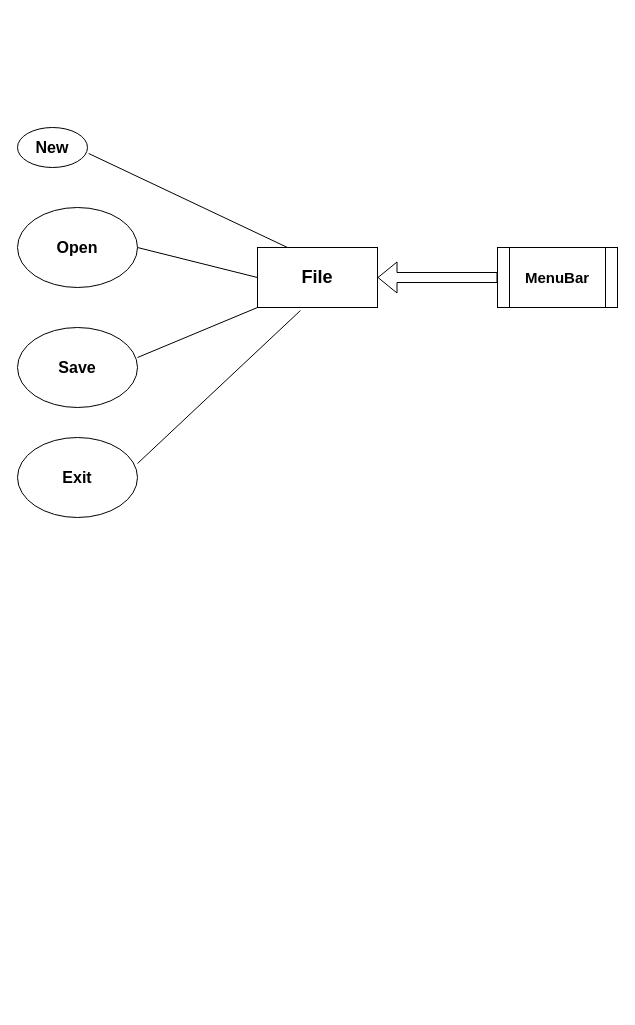
Earlier version of the draw.io diagram page "Page-1" (1 of 2) of Untitled Diagram.drawio (Sheriff99yt/Vision_Visual_Scripting). Source tidied: cells renumbered, new cells numbered last; positions are measured from the earlier drawing's top-left corner, leaving out a move shared by most shapes. Both pictures are drawn from the tidied source at 100%, with x=0, y=0 at pixel (17, 127).
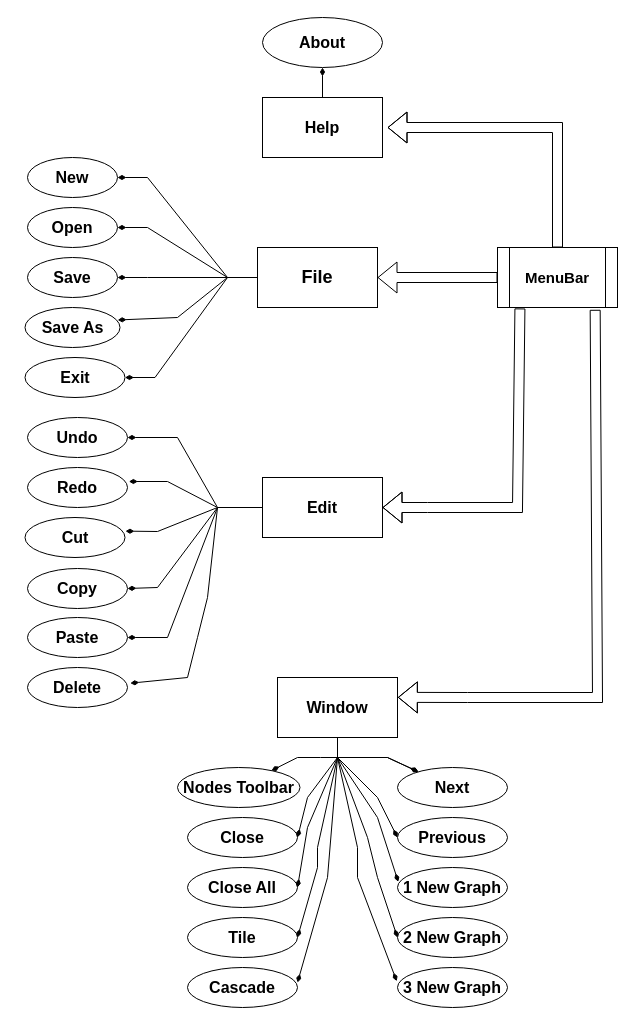
Above is the later version.

Unchanged cells that the change refers to:
```xml
<mxCell id="2" value="File" style="rounded=0;whiteSpace=wrap;html=1;fontStyle=1;fontSize=18;" parent="1" vertex="1">
  <mxGeometry x="240" y="120" width="120" height="60" as="geometry" />
</mxCell>
<mxCell id="11" value="MenuBar" style="shape=process;whiteSpace=wrap;html=1;backgroundOutline=1;fontStyle=1;fontSize=15;" parent="1" vertex="1">
  <mxGeometry x="480" y="120" width="120" height="60" as="geometry" />
</mxCell>
```

What changed in the source:
```diff
@@
+    <mxCell id="13" style="edgeStyle=entityRelationEdgeStyle;rounded=0;jettySize=auto;html=1;fontSize=16;fontColor=default;endArrow=diamondThin;endFill=1;" parent="1" edge="1" source="2" target="6">
+      <mxGeometry relative="1" as="geometry" />
+    </mxCell>
+    <mxCell id="14" style="edgeStyle=entityRelationEdgeStyle;rounded=0;jettySize=auto;html=1;fontSize=16;fontColor=default;endArrow=diamondThin;endFill=1;" parent="1" edge="1" source="2" target="7">
+      <mxGeometry relative="1" as="geometry" />
+    </mxCell>
+    <mxCell id="15" style="edgeStyle=entityRelationEdgeStyle;rounded=0;jettySize=auto;html=1;fontSize=16;fontColor=default;endArrow=diamondThin;endFill=1;" parent="1" edge="1" source="2" target="5">
+      <mxGeometry relative="1" as="geometry" />
+    </mxCell>
+    <mxCell id="9" style="edgeStyle=entityRelationEdgeStyle;rounded=0;jettySize=auto;html=1;fontSize=16;fontColor=default;endArrow=diamondThin;endFill=1;exitX=0;exitY=0.5;exitDx=0;exitDy=0;" parent="1" edge="1" source="2" target="4">
+      <mxGeometry relative="1" as="geometry" />
+    </mxCell>
@@
-    <mxCell id="3" style="endArrow=none;html=1;rounded=0;entryX=0.358;entryY=1.05;entryDx=0;entryDy=0;entryPerimeter=0;exitX=1;exitY=0.325;exitDx=0;exitDy=0;exitPerimeter=0;fontStyle=1;fontSize=16;" parent="1" edge="1" source="5" target="2">
-      <mxGeometry relative="1" as="geometry" />
-    </mxCell>
     <mxCell id="4" value="New" style="ellipse;whiteSpace=wrap;html=1;fontStyle=1;fontSize=16;" parent="1" vertex="1">
-      <mxGeometry width="70" height="40" as="geometry" />
+      <mxGeometry x="10" y="30" width="90" height="40" as="geometry" />
     </mxCell>
     <mxCell id="5" value="Exit" style="ellipse;whiteSpace=wrap;html=1;fontStyle=1;fontSize=16;" parent="1" vertex="1">
-      <mxGeometry y="310" width="120" height="80" as="geometry" />
+      <mxGeometry x="7.5" y="230" width="100" height="40" as="geometry" />
     </mxCell>
     <mxCell id="6" value="Open" style="ellipse;whiteSpace=wrap;html=1;fontStyle=1;fontSize=16;" parent="1" vertex="1">
-      <mxGeometry y="80" width="120" height="80" as="geometry" />
+      <mxGeometry x="10" y="80" width="90" height="40" as="geometry" />
     </mxCell>
     <mxCell id="7" value="Save" style="ellipse;whiteSpace=wrap;html=1;fontStyle=1;fontSize=16;" parent="1" vertex="1">
-      <mxGeometry y="200" width="120" height="80" as="geometry" />
+      <mxGeometry x="10" y="130" width="90" height="40" as="geometry" />
     </mxCell>
-    <mxCell id="8" style="endArrow=none;html=1;rounded=0;entryX=1;entryY=0.375;entryDx=0;entryDy=0;entryPerimeter=0;fontStyle=1;fontSize=16;" parent="1" edge="1" target="7">
-      <mxGeometry relative="1" as="geometry">
-        <mxPoint x="240" y="180" as="sourcePoint" />
-      </mxGeometry>
-    </mxCell>
-    <mxCell id="9" style="endArrow=none;html=1;rounded=0;exitX=0.25;exitY=0;exitDx=0;exitDy=0;entryX=1.017;entryY=0.65;entryDx=0;entryDy=0;entryPerimeter=0;" parent="1" edge="1" source="2" target="4">
-      <mxGeometry relative="1" as="geometry" />
-    </mxCell>
-    <mxCell id="10" style="endArrow=none;html=1;rounded=0;entryX=1;entryY=0.5;entryDx=0;entryDy=0;" parent="1" edge="1" target="6">
-      <mxGeometry relative="1" as="geometry">
-        <mxPoint x="240" y="150" as="sourcePoint" />
-      </mxGeometry>
-    </mxCell>
@@
+    <mxCell id="16" value="&lt;b&gt;Save As&lt;/b&gt;" style="ellipse;whiteSpace=wrap;html=1;labelBackgroundColor=none;fontSize=16;fontColor=default;" parent="1" vertex="1">
+      <mxGeometry x="7.5" y="180" width="95" height="40" as="geometry" />
+    </mxCell>
+    <mxCell id="17" style="endArrow=diamondThin;html=1;rounded=0;fontSize=16;fontColor=default;entryX=0.976;entryY=0.312;entryDx=0;entryDy=0;entryPerimeter=0;endFill=1;" parent="1" edge="1" target="16">
+      <mxGeometry relative="1" as="geometry">
+        <mxPoint x="210" y="150" as="sourcePoint" />
+        <Array as="points">
+          <mxPoint x="160" y="190" />
+        </Array>
+      </mxGeometry>
+    </mxCell>
+    <mxCell id="18" style="edgeStyle=none;rounded=0;jettySize=auto;html=1;entryX=1;entryY=0.5;entryDx=0;entryDy=0;fontSize=16;fontColor=default;endArrow=diamondThin;endFill=1;exitX=0;exitY=0.5;exitDx=0;exitDy=0;" parent="1" edge="1" source="19" target="21">
+      <mxGeometry relative="1" as="geometry">
+        <Array as="points">
+          <mxPoint x="200" y="380" />
+          <mxPoint x="160" y="310" />
+        </Array>
+      </mxGeometry>
+    </mxCell>
+    <mxCell id="19" value="&lt;b&gt;Edit&lt;/b&gt;" style="rounded=0;whiteSpace=wrap;html=1;labelBackgroundColor=none;fontSize=16;fontColor=default;" parent="1" vertex="1">
+      <mxGeometry x="245" y="350" width="120" height="60" as="geometry" />
+    </mxCell>
+    <mxCell id="20" style="shape=flexArrow;endArrow=classic;html=1;rounded=0;fontSize=16;fontColor=default;exitX=0.187;exitY=1.015;exitDx=0;exitDy=0;exitPerimeter=0;entryX=1;entryY=0.5;entryDx=0;entryDy=0;" parent="1" edge="1" source="11" target="19">
+      <mxGeometry relative="1" as="geometry">
+        <Array as="points">
+          <mxPoint x="500" y="380" />
+          <mxPoint x="410" y="380" />
+        </Array>
+      </mxGeometry>
+    </mxCell>
+    <mxCell id="21" value="Undo" style="ellipse;whiteSpace=wrap;html=1;labelBackgroundColor=none;fontSize=16;fontColor=default;fontStyle=1;" parent="1" vertex="1">
+      <mxGeometry x="10" y="290" width="100" height="40" as="geometry" />
+    </mxCell>
+    <mxCell id="22" value="Delete" style="ellipse;whiteSpace=wrap;html=1;labelBackgroundColor=none;fontSize=16;fontColor=default;fontStyle=1;" parent="1" vertex="1">
+      <mxGeometry x="10" y="540" width="100" height="40" as="geometry" />
+    </mxCell>
+    <mxCell id="23" value="Redo" style="ellipse;whiteSpace=wrap;html=1;labelBackgroundColor=none;fontSize=16;fontColor=default;fontStyle=1;" parent="1" vertex="1">
+      <mxGeometry x="10" y="340" width="100" height="40" as="geometry" />
+    </mxCell>
+    <mxCell id="24" value="Cut" style="ellipse;whiteSpace=wrap;html=1;labelBackgroundColor=none;fontSize=16;fontColor=default;fontStyle=1;" parent="1" vertex="1">
+      <mxGeometry x="7.5" y="390" width="100" height="40" as="geometry" />
+    </mxCell>
+    <mxCell id="25" value="Copy" style="ellipse;whiteSpace=wrap;html=1;labelBackgroundColor=none;fontSize=16;fontColor=default;fontStyle=1;" parent="1" vertex="1">
+      <mxGeometry x="10" y="441" width="100" height="40" as="geometry" />
+    </mxCell>
+    <mxCell id="26" value="Paste" style="ellipse;whiteSpace=wrap;html=1;labelBackgroundColor=none;fontSize=16;fontColor=default;fontStyle=1;" parent="1" vertex="1">
+      <mxGeometry x="10" y="490" width="100" height="40" as="geometry" />
+    </mxCell>
+    <mxCell id="27" style="edgeStyle=none;rounded=0;jettySize=auto;html=1;entryX=1.014;entryY=0.35;entryDx=0;entryDy=0;fontSize=16;fontColor=default;endArrow=diamondThin;endFill=1;entryPerimeter=0;fontStyle=1;" parent="1" edge="1" target="23">
+      <mxGeometry relative="1" as="geometry">
+        <mxPoint x="200" y="380" as="sourcePoint" />
+        <Array as="points">
+          <mxPoint x="150" y="354" />
+        </Array>
+      </mxGeometry>
+    </mxCell>
+    <mxCell id="28" style="edgeStyle=none;rounded=0;jettySize=auto;html=1;fontSize=16;fontColor=default;endArrow=diamondThin;endFill=1;entryX=1.005;entryY=0.341;entryDx=0;entryDy=0;entryPerimeter=0;fontStyle=1;" parent="1" edge="1" target="24">
+      <mxGeometry relative="1" as="geometry">
+        <mxPoint x="200" y="380" as="sourcePoint" />
+        <Array as="points">
+          <mxPoint x="140" y="404" />
+        </Array>
+      </mxGeometry>
+    </mxCell>
+    <mxCell id="29" style="edgeStyle=none;rounded=0;jettySize=auto;html=1;entryX=1;entryY=0.5;entryDx=0;entryDy=0;fontSize=16;fontColor=default;endArrow=diamondThin;endFill=1;fontStyle=1;" parent="1" edge="1" target="25">
+      <mxGeometry relative="1" as="geometry">
+        <mxPoint x="200" y="380" as="sourcePoint" />
+        <Array as="points">
+          <mxPoint x="140" y="460" />
+        </Array>
+      </mxGeometry>
+    </mxCell>
+    <mxCell id="30" style="edgeStyle=none;rounded=0;jettySize=auto;html=1;fontSize=16;fontColor=default;endArrow=diamondThin;endFill=1;entryX=1;entryY=0.5;entryDx=0;entryDy=0;fontStyle=1;" parent="1" edge="1" target="26">
+      <mxGeometry relative="1" as="geometry">
+        <mxPoint x="200" y="380" as="sourcePoint" />
+        <Array as="points">
+          <mxPoint x="150" y="510" />
+        </Array>
+      </mxGeometry>
+    </mxCell>
+    <mxCell id="31" style="edgeStyle=none;rounded=0;jettySize=auto;html=1;entryX=1.028;entryY=0.393;entryDx=0;entryDy=0;fontSize=16;fontColor=default;endArrow=diamondThin;endFill=1;entryPerimeter=0;fontStyle=1;" parent="1" edge="1" target="22">
+      <mxGeometry relative="1" as="geometry">
+        <mxPoint x="200" y="380" as="sourcePoint" />
+        <Array as="points">
+          <mxPoint x="190" y="470" />
+          <mxPoint x="180" y="510" />
+          <mxPoint x="170" y="550" />
+        </Array>
+      </mxGeometry>
+    </mxCell>
+    <mxCell id="32" style="shape=flexArrow;endArrow=classic;html=1;rounded=0;fontSize=16;fontColor=default;exitX=0.814;exitY=1.038;exitDx=0;exitDy=0;exitPerimeter=0;entryX=1.003;entryY=0.331;entryDx=0;entryDy=0;entryPerimeter=0;" parent="1" edge="1" source="11" target="33">
+      <mxGeometry relative="1" as="geometry">
+        <Array as="points">
+          <mxPoint x="580" y="570" />
+          <mxPoint x="450" y="570" />
+        </Array>
+      </mxGeometry>
+    </mxCell>
+    <mxCell id="33" value="Window" style="rounded=0;whiteSpace=wrap;html=1;labelBackgroundColor=none;fontSize=16;fontColor=default;fontStyle=1;" parent="1" vertex="1">
+      <mxGeometry x="260" y="550" width="120" height="60" as="geometry" />
+    </mxCell>
+    <mxCell id="34" style="edgeStyle=none;rounded=0;jettySize=auto;html=1;fontSize=16;fontColor=default;endArrow=diamondThin;endFill=1;" parent="1" edge="1" target="42">
+      <mxGeometry relative="1" as="geometry">
+        <mxPoint x="320" y="610" as="sourcePoint" />
+        <Array as="points">
+          <mxPoint x="320" y="630" />
+          <mxPoint x="370" y="630" />
+        </Array>
+      </mxGeometry>
+    </mxCell>
+    <mxCell id="35" value="Cascade" style="ellipse;whiteSpace=wrap;html=1;labelBackgroundColor=none;fontSize=16;fontColor=default;fontStyle=1;" parent="1" vertex="1">
+      <mxGeometry x="170" y="840" width="110" height="40" as="geometry" />
+    </mxCell>
+    <mxCell id="36" value="Tile" style="ellipse;whiteSpace=wrap;html=1;labelBackgroundColor=none;fontSize=16;fontColor=default;fontStyle=1;" parent="1" vertex="1">
+      <mxGeometry x="170" y="790" width="110" height="40" as="geometry" />
+    </mxCell>
+    <mxCell id="37" value="Close All" style="ellipse;whiteSpace=wrap;html=1;labelBackgroundColor=none;fontSize=16;fontColor=default;fontStyle=1;" parent="1" vertex="1">
+      <mxGeometry x="170" y="740" width="110" height="40" as="geometry" />
+    </mxCell>
+    <mxCell id="38" value="Nodes Toolbar" style="ellipse;whiteSpace=wrap;html=1;labelBackgroundColor=none;fontSize=16;fontColor=default;fontStyle=1;" parent="1" vertex="1">
+      <mxGeometry x="160" y="640" width="122.5" height="40" as="geometry" />
+    </mxCell>
+    <mxCell id="39" value="3 New Graph" style="ellipse;whiteSpace=wrap;html=1;labelBackgroundColor=none;fontSize=16;fontColor=default;fontStyle=1;" parent="1" vertex="1">
+      <mxGeometry x="380" y="840" width="110" height="40" as="geometry" />
+    </mxCell>
+    <mxCell id="40" value="2 New Graph" style="ellipse;whiteSpace=wrap;html=1;labelBackgroundColor=none;fontSize=16;fontColor=default;fontStyle=1;" parent="1" vertex="1">
+      <mxGeometry x="380" y="790" width="110" height="40" as="geometry" />
+    </mxCell>
+    <mxCell id="41" value="Close" style="ellipse;whiteSpace=wrap;html=1;labelBackgroundColor=none;fontSize=16;fontColor=default;fontStyle=1;" parent="1" vertex="1">
+      <mxGeometry x="170" y="690" width="110" height="40" as="geometry" />
+    </mxCell>
+    <mxCell id="42" value="Next" style="ellipse;whiteSpace=wrap;html=1;labelBackgroundColor=none;fontSize=16;fontColor=default;fontStyle=1;" parent="1" vertex="1">
+      <mxGeometry x="380" y="640" width="110" height="40" as="geometry" />
+    </mxCell>
+    <mxCell id="43" value="Previous" style="ellipse;whiteSpace=wrap;html=1;labelBackgroundColor=none;fontSize=16;fontColor=default;fontStyle=1;" parent="1" vertex="1">
+      <mxGeometry x="380" y="690" width="110" height="40" as="geometry" />
+    </mxCell>
+    <mxCell id="44" value="1 New Graph" style="ellipse;whiteSpace=wrap;html=1;labelBackgroundColor=none;fontSize=16;fontColor=default;fontStyle=1;" parent="1" vertex="1">
+      <mxGeometry x="380" y="740" width="110" height="40" as="geometry" />
+    </mxCell>
+    <mxCell id="45" style="endArrow=diamondThin;html=1;rounded=0;fontSize=16;fontColor=default;entryX=0;entryY=0.5;entryDx=0;entryDy=0;endFill=1;" parent="1" edge="1" target="43">
+      <mxGeometry relative="1" as="geometry">
+        <mxPoint x="320" y="630" as="sourcePoint" />
+        <Array as="points">
+          <mxPoint x="360" y="670" />
+        </Array>
+      </mxGeometry>
+    </mxCell>
+    <mxCell id="46" style="endArrow=diamondThin;html=1;rounded=0;fontSize=16;fontColor=default;endFill=1;entryX=0.007;entryY=0.359;entryDx=0;entryDy=0;entryPerimeter=0;" parent="1" edge="1" target="44">
+      <mxGeometry relative="1" as="geometry">
+        <mxPoint x="320" y="630" as="sourcePoint" />
+        <Array as="points">
+          <mxPoint x="360" y="690" />
+        </Array>
+      </mxGeometry>
+    </mxCell>
+    <mxCell id="47" style="endArrow=diamondThin;html=1;rounded=0;fontSize=16;fontColor=default;endFill=1;entryX=0;entryY=0.5;entryDx=0;entryDy=0;" parent="1" edge="1" target="40">
+      <mxGeometry relative="1" as="geometry">
+        <mxPoint x="320" y="630" as="sourcePoint" />
+        <Array as="points">
+          <mxPoint x="350" y="710" />
+          <mxPoint x="360" y="750" />
+        </Array>
+      </mxGeometry>
+    </mxCell>
+    <mxCell id="48" style="endArrow=diamondThin;html=1;rounded=0;fontSize=16;fontColor=default;entryX=-0.007;entryY=0.341;entryDx=0;entryDy=0;endFill=1;entryPerimeter=0;" parent="1" edge="1" target="39">
+      <mxGeometry relative="1" as="geometry">
+        <mxPoint x="320" y="630" as="sourcePoint" />
+        <Array as="points">
+          <mxPoint x="340" y="720" />
+          <mxPoint x="340" y="750" />
+        </Array>
+      </mxGeometry>
+    </mxCell>
+    <mxCell id="49" style="endArrow=diamondThin;html=1;rounded=0;fontSize=16;fontColor=default;endFill=1;" parent="1" edge="1" target="38">
+      <mxGeometry relative="1" as="geometry">
+        <mxPoint x="320" y="630" as="sourcePoint" />
+        <Array as="points">
+          <mxPoint x="303" y="630" />
+          <mxPoint x="280" y="630" />
+        </Array>
+      </mxGeometry>
+    </mxCell>
+    <mxCell id="50" style="endArrow=diamondThin;html=1;rounded=0;fontSize=16;fontColor=default;endFill=1;entryX=1;entryY=0.5;entryDx=0;entryDy=0;" parent="1" edge="1" target="41">
+      <mxGeometry relative="1" as="geometry">
+        <mxPoint x="320" y="630" as="sourcePoint" />
+        <Array as="points">
+          <mxPoint x="290" y="670" />
+        </Array>
+      </mxGeometry>
+    </mxCell>
+    <mxCell id="51" style="endArrow=diamondThin;html=1;rounded=0;fontSize=16;fontColor=default;entryX=1;entryY=0.5;entryDx=0;entryDy=0;endFill=1;" parent="1" edge="1" target="37">
+      <mxGeometry relative="1" as="geometry">
+        <mxPoint x="320" y="630" as="sourcePoint" />
+        <Array as="points">
+          <mxPoint x="290" y="700" />
+        </Array>
+      </mxGeometry>
+    </mxCell>
+    <mxCell id="52" style="endArrow=diamondThin;html=1;rounded=0;fontSize=16;fontColor=default;entryX=1;entryY=0.5;entryDx=0;entryDy=0;endFill=1;" parent="1" edge="1" target="36">
+      <mxGeometry relative="1" as="geometry">
+        <mxPoint x="320" y="630" as="sourcePoint" />
+        <Array as="points">
+          <mxPoint x="300" y="720" />
+          <mxPoint x="300" y="740" />
+        </Array>
+      </mxGeometry>
+    </mxCell>
+    <mxCell id="53" style="endArrow=diamondThin;html=1;rounded=0;fontSize=16;fontColor=default;entryX=1;entryY=0.376;entryDx=0;entryDy=0;endFill=1;entryPerimeter=0;" parent="1" edge="1" target="35">
+      <mxGeometry relative="1" as="geometry">
+        <mxPoint x="320" y="630" as="sourcePoint" />
+        <Array as="points">
+          <mxPoint x="310" y="750" />
+        </Array>
+      </mxGeometry>
+    </mxCell>
+    <mxCell id="54" value="&lt;b&gt;Help&lt;/b&gt;" style="rounded=0;whiteSpace=wrap;html=1;labelBackgroundColor=none;fontSize=16;fontColor=default;" parent="1" vertex="1">
+      <mxGeometry x="245" y="-30" width="120" height="60" as="geometry" />
+    </mxCell>
+    <mxCell id="55" style="shape=flexArrow;endArrow=classic;html=1;rounded=0;fontSize=16;fontColor=default;" parent="1" edge="1">
+      <mxGeometry relative="1" as="geometry">
+        <mxPoint x="540" y="120" as="sourcePoint" />
+        <mxPoint x="370" as="targetPoint" />
+        <Array as="points">
+          <mxPoint x="540" />
+        </Array>
+      </mxGeometry>
+    </mxCell>
+    <mxCell id="56" value="&lt;b&gt;About&lt;/b&gt;" style="ellipse;whiteSpace=wrap;html=1;labelBackgroundColor=none;fontSize=16;fontColor=default;" parent="1" vertex="1">
+      <mxGeometry x="245" y="-110" width="120" height="50" as="geometry" />
+    </mxCell>
+    <mxCell id="57" style="edgeStyle=none;rounded=0;orthogonalLoop=1;jettySize=auto;html=1;fontSize=16;fontColor=default;endArrow=diamondThin;endFill=1;" parent="1" edge="1">
+      <mxGeometry relative="1" as="geometry">
+        <mxPoint x="320" y="610" as="sourcePoint" />
+        <mxPoint x="400.8" y="644.3" as="targetPoint" />
+        <Array as="points">
+          <mxPoint x="320" y="630" />
+          <mxPoint x="370" y="630" />
+        </Array>
+      </mxGeometry>
+    </mxCell>
+    <mxCell id="58" style="endArrow=diamondThin;html=1;rounded=0;fontSize=16;fontColor=default;endFill=1;entryX=0.5;entryY=1;entryDx=0;entryDy=0;exitX=0.5;exitY=0;exitDx=0;exitDy=0;" parent="1" edge="1" source="54" target="56">
+      <mxGeometry relative="1" as="geometry" />
+    </mxCell>
```
